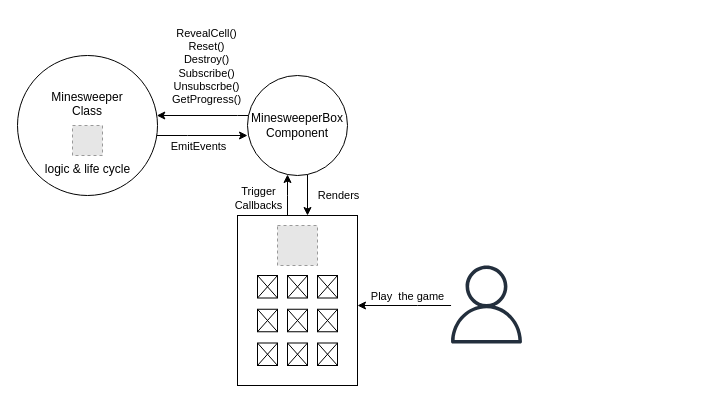
This is doc/diagram.drawio.xml from DumDumGeniuss/minesweeper-2022, a draw.io file, before an edit. Source tidied: cells renumbered, new cells numbered last; positions are measured from the earlier drawing's top-left corner, leaving out a move shared by most shapes. Both pictures are drawn from the tidied source at 100%, with x=0, y=0 at pixel (17, 55). Pictures stored in the file or linked from it are replaced by grey dashed boxes.
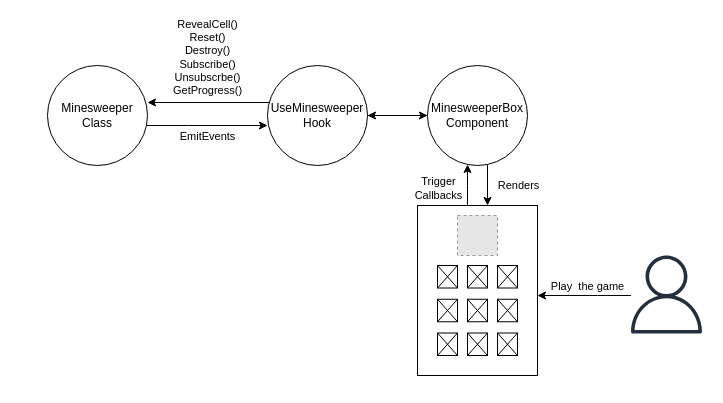
The same page after the edit.

Commit message (it also covers changes not shown here):
1. Update README.md. 2. Fix bugs in minesweeper class.

Diff of the diagram source:
```diff
@@
-    <mxCell id="2" style="edgeStyle=orthogonalEdgeStyle;rounded=0;jettySize=auto;html=1;entryX=0;entryY=0.6;entryDx=0;entryDy=0;entryPerimeter=0;" parent="1" edge="1" source="4" target="14">
-      <mxGeometry relative="1" as="geometry">
-        <Array as="points">
-          <mxPoint x="170" y="80" />
-          <mxPoint x="170" y="80" />
-        </Array>
-      </mxGeometry>
-    </mxCell>
+    <mxCell id="19" style="edgeStyle=orthogonalEdgeStyle;rounded=0;jettySize=auto;html=1;" parent="1" edge="1" source="20" target="14">
+      <mxGeometry relative="1" as="geometry">
+        <Array as="points">
+          <mxPoint x="450" y="130" />
+          <mxPoint x="450" y="130" />
+        </Array>
+      </mxGeometry>
+    </mxCell>
+    <mxCell id="6" value="Trigger&lt;br&gt;Callbacks" style="edgeLabel;html=1;align=center;verticalAlign=middle;" parent="19" vertex="1">
+      <mxGeometry x="-0.1" y="1" relative="1" as="geometry">
+        <mxPoint x="-29" as="offset" />
+      </mxGeometry>
+    </mxCell>
+    <mxCell id="20" style="rounded=0;whiteSpace=wrap;html=1;" parent="1" vertex="1">
+      <mxGeometry x="400" y="150" width="120" height="170" as="geometry" />
+    </mxCell>
+    <mxCell id="21" style="fillColor=#E6E6E6;strokeColor=#999999;dashed=1;html=1;verticalAlign=top;verticalLabelPosition=bottom;labelBackgroundColor=#ffffff;" parent="1" vertex="1">
+      <mxGeometry x="440" y="160" width="40" height="40" as="geometry" />
+    </mxCell>
+    <mxCell id="22" style="verticalLabelPosition=bottom;verticalAlign=top;html=1;shadow=0;dashed=0;strokeWidth=1;shape=mxgraph.ios.iIconGrid;gridSize=3,3;" parent="1" vertex="1">
+      <mxGeometry x="420" y="210" width="80" height="90" as="geometry" />
+    </mxCell>
+    <mxCell id="23" style="edgeStyle=orthogonalEdgeStyle;rounded=0;jettySize=auto;html=1;" parent="1" edge="1" source="14">
+      <mxGeometry relative="1" as="geometry">
+        <mxPoint x="470" y="150" as="targetPoint" />
+        <Array as="points">
+          <mxPoint x="470" y="150" />
+        </Array>
+      </mxGeometry>
+    </mxCell>
+    <mxCell id="13" value="Renders" style="edgeLabel;html=1;align=center;verticalAlign=middle;" parent="23" vertex="1">
+      <mxGeometry x="-0.33" y="1" relative="1" as="geometry">
+        <mxPoint x="29" y="7" as="offset" />
+      </mxGeometry>
+    </mxCell>
+    <mxCell id="24" style="edgeStyle=orthogonalEdgeStyle;rounded=0;jettySize=auto;html=1;" parent="1" edge="1" source="14">
+      <mxGeometry relative="1" as="geometry">
+        <mxPoint x="350" y="60" as="targetPoint" />
+      </mxGeometry>
+    </mxCell>
+    <mxCell id="14" value="MinesweeperBox&lt;br&gt;Component&lt;br&gt;" style="ellipse;whiteSpace=wrap;html=1;" parent="1" vertex="1">
+      <mxGeometry x="410" y="10" width="100" height="100" as="geometry" />
+    </mxCell>
+    <mxCell id="25" style="edgeStyle=orthogonalEdgeStyle;rounded=0;jettySize=auto;html=1;" parent="1" edge="1" source="26">
+      <mxGeometry relative="1" as="geometry">
+        <mxPoint x="520" y="240" as="targetPoint" />
+        <Array as="points">
+          <mxPoint x="580" y="240" />
+          <mxPoint x="580" y="240" />
+        </Array>
+      </mxGeometry>
+    </mxCell>
+    <mxCell id="17" value="Play&amp;nbsp; the game" style="edgeLabel;html=1;align=center;verticalAlign=middle;" parent="25" vertex="1">
+      <mxGeometry x="-0.22" y="2" relative="1" as="geometry">
+        <mxPoint x="-8" y="-12" as="offset" />
+      </mxGeometry>
+    </mxCell>
+    <mxCell id="26" style="sketch=0;outlineConnect=0;fontColor=#232F3E;gradientColor=none;fillColor=#232F3D;strokeColor=none;dashed=0;verticalLabelPosition=bottom;verticalAlign=top;align=center;html=1;fontSize=12;fontStyle=0;shape=mxgraph.aws4.user;" parent="1" vertex="1">
+      <mxGeometry x="610" y="200" width="78" height="78" as="geometry" />
+    </mxCell>
+    <mxCell id="27" style="edgeStyle=orthogonalEdgeStyle;rounded=0;jettySize=auto;html=1;entryX=1;entryY=0.37;entryDx=0;entryDy=0;entryPerimeter=0;" parent="1" edge="1" source="29" target="4">
+      <mxGeometry relative="1" as="geometry">
+        <Array as="points">
+          <mxPoint x="130" y="46" />
+        </Array>
+      </mxGeometry>
+    </mxCell>
+    <mxCell id="11" value="RevealCell()&lt;br&gt;Reset()&lt;br&gt;Destroy()&lt;br&gt;Subscribe()&lt;br&gt;Unsubscrbe()&lt;br&gt;GetProgress()" style="edgeLabel;html=1;align=center;verticalAlign=middle;" parent="27" vertex="1">
+      <mxGeometry x="0.02" y="-2" relative="1" as="geometry">
+        <mxPoint y="-44" as="offset" />
+      </mxGeometry>
+    </mxCell>
+    <mxCell id="28" style="edgeStyle=orthogonalEdgeStyle;rounded=0;jettySize=auto;html=1;entryX=0;entryY=0.5;entryDx=0;entryDy=0;" parent="1" edge="1" source="29" target="14">
+      <mxGeometry relative="1" as="geometry" />
+    </mxCell>
+    <mxCell id="29" value="UseMinesweeper&lt;br&gt;Hook" style="ellipse;whiteSpace=wrap;html=1;" parent="1" vertex="1">
+      <mxGeometry x="250" y="10" width="100" height="100" as="geometry" />
+    </mxCell>
+    <mxCell id="30" style="edgeStyle=orthogonalEdgeStyle;rounded=0;jettySize=auto;html=1;entryX=0;entryY=0.6;entryDx=0;entryDy=0;entryPerimeter=0;" parent="1" edge="1" source="4" target="29">
+      <mxGeometry relative="1" as="geometry">
+        <Array as="points">
+          <mxPoint x="170" y="70" />
+          <mxPoint x="170" y="70" />
+        </Array>
+      </mxGeometry>
+    </mxCell>
-    <mxCell id="3" value="EmitEvents" style="edgeLabel;html=1;align=center;verticalAlign=middle;" parent="2" vertex="1">
-      <mxGeometry x="-0.1" relative="1" as="geometry">
-        <mxPoint y="10" as="offset" />
+    <mxCell id="3" value="EmitEvents" style="edgeLabel;html=1;align=center;verticalAlign=middle;" parent="30" vertex="1">
+      <mxGeometry x="0.24" y="3" relative="1" as="geometry">
+        <mxPoint x="-14" y="13" as="offset" />
       </mxGeometry>
     </mxCell>
-    <mxCell id="4" value="Minesweeper&lt;br&gt;Class&lt;br&gt;&lt;br&gt;&lt;br&gt;&lt;br&gt;" style="ellipse;whiteSpace=wrap;html=1;" parent="1" vertex="1">
-      <mxGeometry width="140" height="140" as="geometry" />
+    <mxCell id="4" value="Minesweeper&lt;br&gt;Class" style="ellipse;whiteSpace=wrap;html=1;" parent="1" vertex="1">
+      <mxGeometry x="30" y="10" width="100" height="100" as="geometry" />
     </mxCell>
-    <mxCell id="5" style="edgeStyle=orthogonalEdgeStyle;rounded=0;jettySize=auto;html=1;" parent="1" edge="1" source="7" target="14">
-      <mxGeometry relative="1" as="geometry">
-        <Array as="points">
-          <mxPoint x="270" y="140" />
-          <mxPoint x="270" y="140" />
-        </Array>
-      </mxGeometry>
-    </mxCell>
-    <mxCell id="6" value="Trigger&lt;br&gt;Callbacks" style="edgeLabel;html=1;align=center;verticalAlign=middle;" parent="5" vertex="1">
-      <mxGeometry x="-0.1" y="1" relative="1" as="geometry">
-        <mxPoint x="-29" as="offset" />
-      </mxGeometry>
-    </mxCell>
-    <mxCell id="7" style="rounded=0;whiteSpace=wrap;html=1;" parent="1" vertex="1">
-      <mxGeometry x="220" y="160" width="120" height="170" as="geometry" />
-    </mxCell>
-    <mxCell id="8" style="fillColor=#E6E6E6;strokeColor=#999999;dashed=1;html=1;verticalAlign=top;verticalLabelPosition=bottom;labelBackgroundColor=#ffffff;" parent="1" vertex="1">
-      <mxGeometry x="260" y="170" width="40" height="40" as="geometry" />
-    </mxCell>
-    <mxCell id="9" style="verticalLabelPosition=bottom;verticalAlign=top;html=1;shadow=0;dashed=0;strokeWidth=1;shape=mxgraph.ios.iIconGrid;gridSize=3,3;" parent="1" vertex="1">
-      <mxGeometry x="240" y="220" width="80" height="90" as="geometry" />
-    </mxCell>
-    <mxCell id="10" style="edgeStyle=orthogonalEdgeStyle;rounded=0;jettySize=auto;html=1;" parent="1" edge="1" source="14" target="4">
-      <mxGeometry relative="1" as="geometry">
-        <Array as="points">
-          <mxPoint x="220" y="60" />
-          <mxPoint x="220" y="60" />
-        </Array>
-      </mxGeometry>
-    </mxCell>
-    <mxCell id="11" value="RevealCell()&lt;br&gt;Reset()&lt;br&gt;Destroy()&lt;br&gt;Subscribe()&lt;br&gt;Unsubscrbe()&lt;br&gt;GetProgress()" style="edgeLabel;html=1;align=center;verticalAlign=middle;" parent="10" vertex="1">
-      <mxGeometry x="-0.07" y="-3" relative="1" as="geometry">
-        <mxPoint y="-47" as="offset" />
-      </mxGeometry>
-    </mxCell>
-    <mxCell id="12" style="edgeStyle=orthogonalEdgeStyle;rounded=0;jettySize=auto;html=1;" parent="1" edge="1" source="14">
-      <mxGeometry relative="1" as="geometry">
-        <mxPoint x="290" y="160" as="targetPoint" />
-        <Array as="points">
-          <mxPoint x="290" y="160" />
-        </Array>
-      </mxGeometry>
-    </mxCell>
-    <mxCell id="13" value="Renders" style="edgeLabel;html=1;align=center;verticalAlign=middle;" parent="12" vertex="1">
-      <mxGeometry x="-0.33" y="1" relative="1" as="geometry">
-        <mxPoint x="29" y="7" as="offset" />
-      </mxGeometry>
-    </mxCell>
-    <mxCell id="14" value="MinesweeperBox&lt;br&gt;Component&lt;br&gt;" style="ellipse;whiteSpace=wrap;html=1;" parent="1" vertex="1">
-      <mxGeometry x="230" y="20" width="100" height="100" as="geometry" />
-    </mxCell>
-    <mxCell id="15" value="logic &amp;amp; life cycle" style="fillColor=#E6E6E6;strokeColor=#999999;dashed=1;html=1;verticalAlign=top;verticalLabelPosition=bottom;labelBackgroundColor=#ffffff;" parent="1" vertex="1">
-      <mxGeometry x="55" y="70" width="30" height="30" as="geometry" />
-    </mxCell>
-    <mxCell id="16" style="edgeStyle=orthogonalEdgeStyle;rounded=0;jettySize=auto;html=1;" parent="1" edge="1" source="18">
-      <mxGeometry relative="1" as="geometry">
-        <mxPoint x="340" y="250" as="targetPoint" />
-        <Array as="points">
-          <mxPoint x="400" y="250" />
-          <mxPoint x="400" y="250" />
-        </Array>
-      </mxGeometry>
-    </mxCell>
-    <mxCell id="17" value="Play&amp;nbsp; the game" style="edgeLabel;html=1;align=center;verticalAlign=middle;" parent="16" vertex="1">
-      <mxGeometry x="-0.22" y="2" relative="1" as="geometry">
-        <mxPoint x="-8" y="-12" as="offset" />
-      </mxGeometry>
-    </mxCell>
-    <mxCell id="18" style="sketch=0;outlineConnect=0;fontColor=#232F3E;gradientColor=none;fillColor=#232F3D;strokeColor=none;dashed=0;verticalLabelPosition=bottom;verticalAlign=top;align=center;html=1;fontSize=12;fontStyle=0;shape=mxgraph.aws4.user;" parent="1" vertex="1">
-      <mxGeometry x="430" y="210" width="78" height="78" as="geometry" />
-    </mxCell>
```
